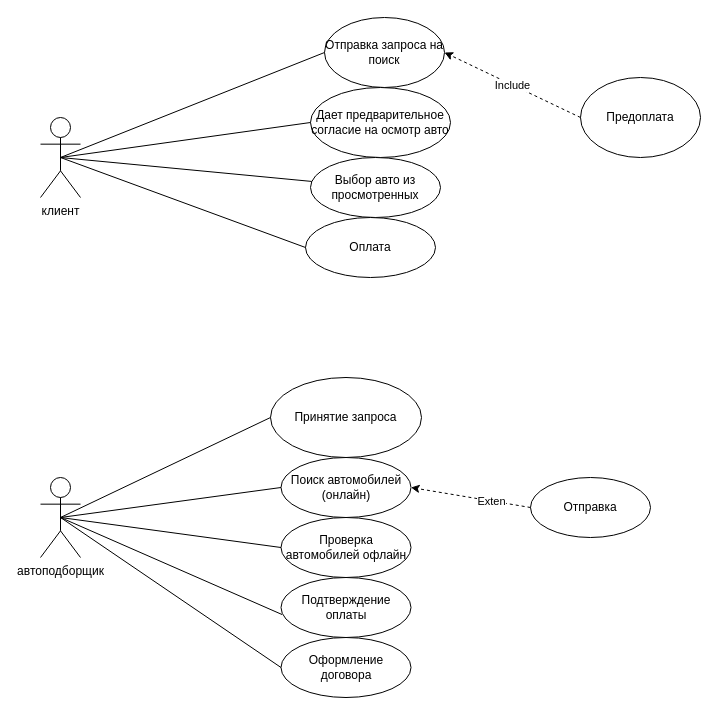
maksaev62/repr1 keeps this draw.io diagram as Diagramma_izmenenaya.drawio. Above is the earlier version. Source tidied: cells renumbered, new cells numbered last; positions are measured from the earlier drawing's top-left corner, leaving out a move shared by most shapes. Both pictures are drawn from the tidied source at 100%, with x=0, y=0 at pixel (40, 17).
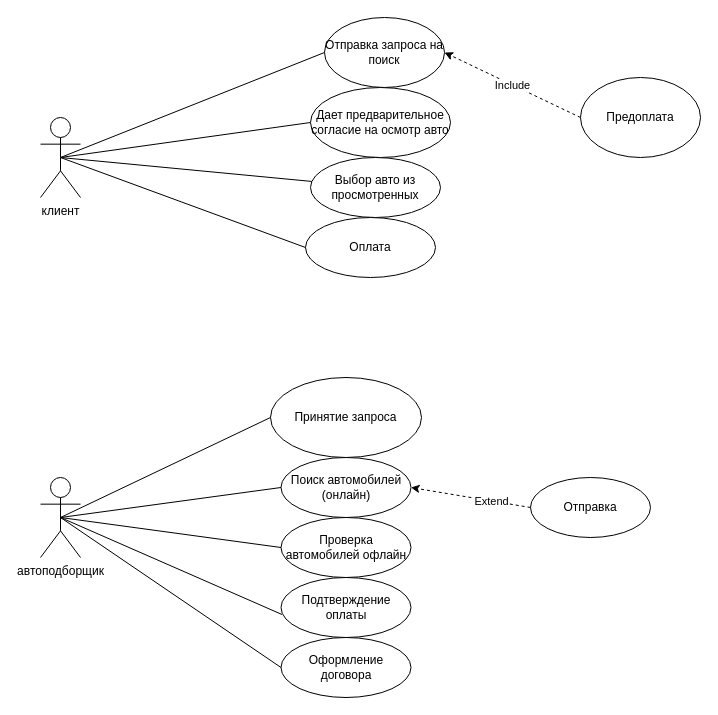
Above is the later version.

The change refers to these unchanged cells:
```xml
<mxCell id="25" style="endArrow=classic;html=1;entryX=1;entryY=0.5;entryDx=0;entryDy=0;exitX=0;exitY=0.5;exitDx=0;exitDy=0;dashed=1;" parent="1" edge="1" source="24" target="7">
  <mxGeometry relative="1" as="geometry" />
</mxCell>
```

Change to the diagram source:
```diff
@@
-    <mxCell id="26" value="Exten" style="edgeLabel;html=1;align=center;verticalAlign=middle;" parent="25" vertex="1">
+    <mxCell id="26" value="Extend" style="edgeLabel;html=1;align=center;verticalAlign=middle;" parent="25" vertex="1">
       <mxGeometry x="-0.36" relative="1" as="geometry">
         <mxPoint x="-1" as="offset" />
       </mxGeometry>
     </mxCell>
```
